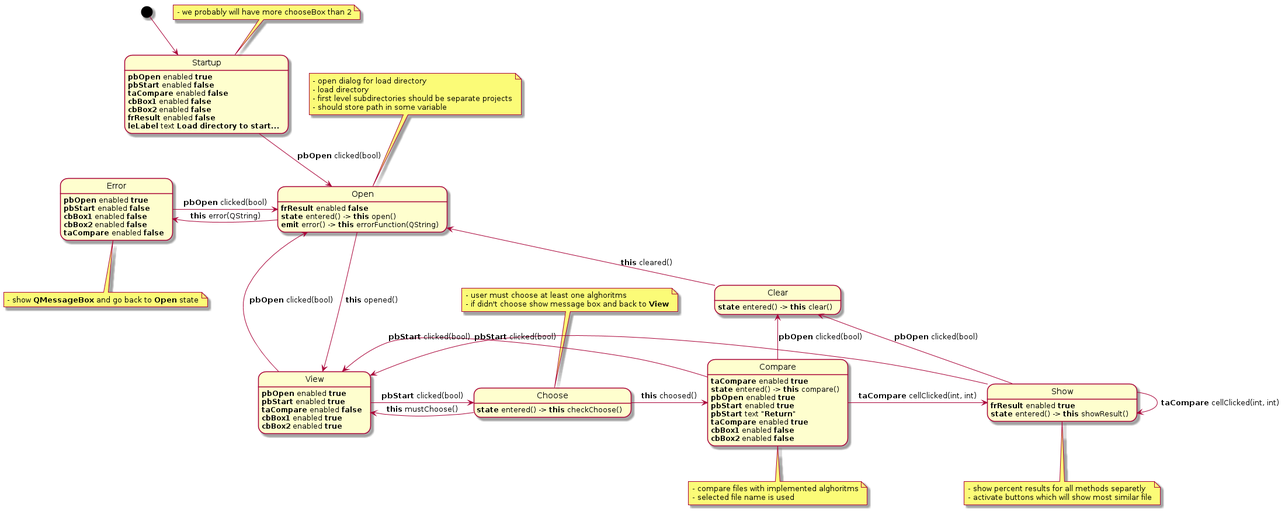
This is Projekt/uml/interface.png from MichalBernacki/Plagiarism_detection_app, a PlantUML export, as it was before one commit.
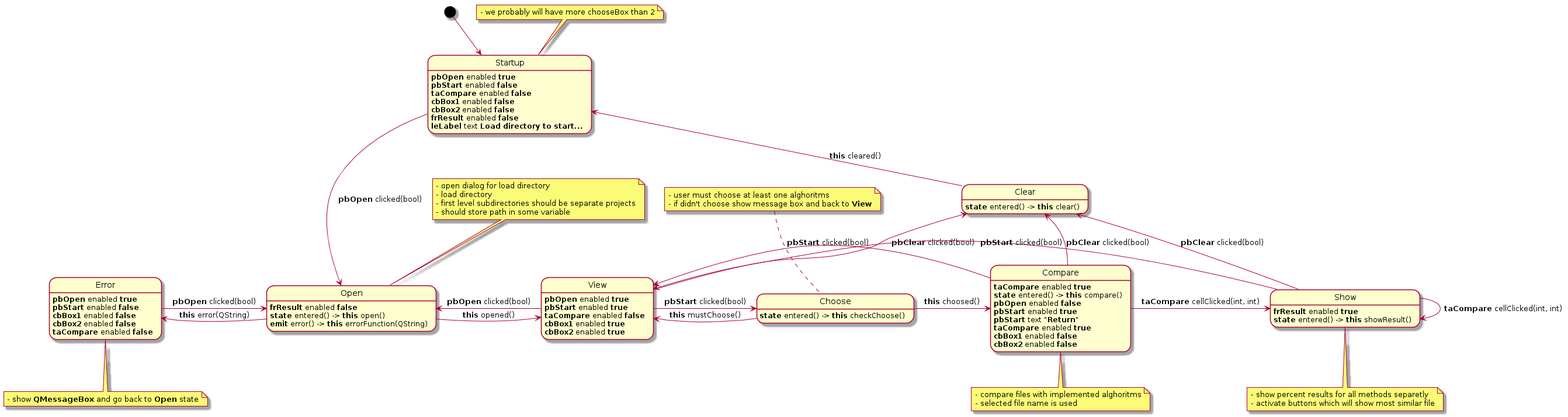
Later version of the same file.

What changed in the source:
```diff
@@ -7,17 +7,18 @@
     Open -right-> View : <b>this</b> opened()
     Open -left-> Error : <b>this</b> error(QString)
     View -left-> Open : <b>pbOpen</b> clicked(bool)
+    View -up-> Clear : <b>pbClear</b> clicked(bool)
     View -right-> Choose : <b>pbStart</b> clicked(bool)
     Compare -left-> View : <b>pbStart</b> clicked(bool)
     Choose -left-> View : <b>this</b> mustChoose()
     Choose -right-> Compare : <b>this</b> choosed()
 
     Compare -right-> Show : <b>taCompare</b> cellClicked(int, int)
-    Compare -up-> Clear : <b>pbOpen</b> clicked(bool)
-    Clear -up-> Open : <b>this</b> cleared()
+    Compare -up-> Clear : <b>pbClear</b> clicked(bool)
+    Clear -up-> Startup : <b>this</b> cleared()
     Show -right-> Show : <b>taCompare</b> cellClicked(int, int)
 	Show -left-> View : <b>pbStart</b> clicked(bool)
-	Show -left-> Clear : <b>pbOpen</b> clicked(bool)
+	Show -left-> Clear : <b>pbClear</b> clicked(bool)
     note top of Startup
     - we probably will have more chooseBox than 2
     end note
@@ -72,7 +73,7 @@
 
     Compare: <b>taCompare</b> enabled <b>true</b>
     Compare: <b>state</b> entered() -> <b>this</b> compare()
-	Compare: <b>pbOpen</b> enabled <b>true</b>
+	Compare: <b>pbOpen</b> enabled <b>false</b>
     Compare: <b>pbStart</b> enabled <b>true</b>
     Compare: <b>pbStart</b> text <b>"Return"</b>
     Compare: <b>taCompare</b> enabled <b>true</b>
```
